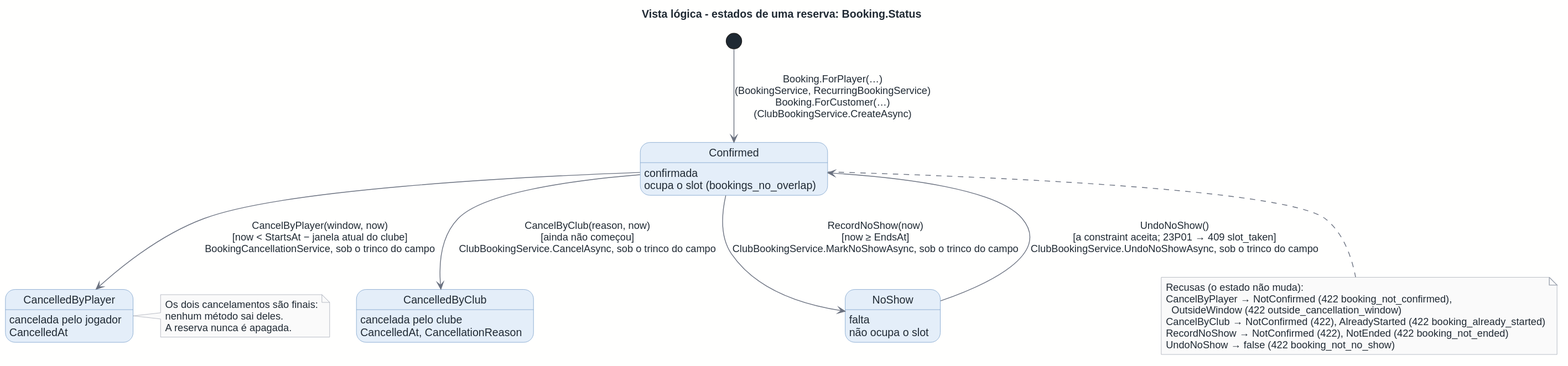
Earlier version of the PlantUML export docs/architecture/out/logical-state-booking.svg (rodrigo4sousa/SportsEstablishments).
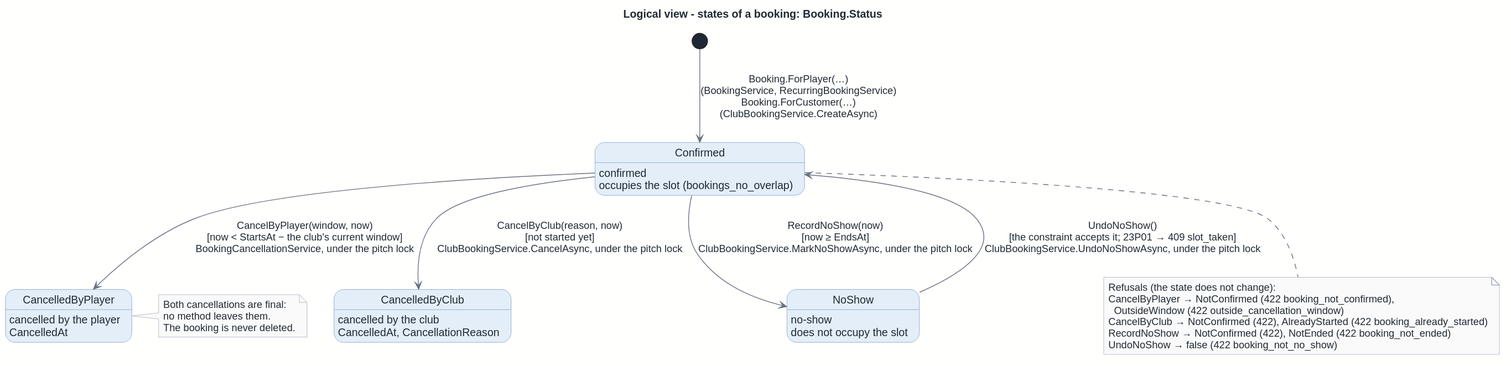
The same diagram one commit later.

What changed in the source:
```diff
@@ -1,27 +1,27 @@
 @startuml
 !include ../style.puml
-title Vista lógica - estados de uma reserva: Booking.Status
+title Logical view - states of a booking: Booking.Status
 
 hide empty description
-state Confirmed : confirmada\nocupa o slot (bookings_no_overlap)
-state CancelledByPlayer : cancelada pelo jogador\nCancelledAt
-state CancelledByClub : cancelada pelo clube\nCancelledAt, CancellationReason
-state NoShow : falta\nnão ocupa o slot
+state Confirmed : confirmed\noccupies the slot (bookings_no_overlap)
+state CancelledByPlayer : cancelled by the player\nCancelledAt
+state CancelledByClub : cancelled by the club\nCancelledAt, CancellationReason
+state NoShow : no-show\ndoes not occupy the slot
 
 [*] --> Confirmed : Booking.ForPlayer(…)\n(BookingService, RecurringBookingService)\nBooking.ForCustomer(…)\n(ClubBookingService.CreateAsync)
-Confirmed --> CancelledByPlayer : CancelByPlayer(window, now)\n[now < StartsAt − janela atual do clube]\nBookingCancellationService, sob o trinco do campo
-Confirmed --> CancelledByClub : CancelByClub(reason, now)\n[ainda não começou]\nClubBookingService.CancelAsync, sob o trinco do campo
-Confirmed --> NoShow : RecordNoShow(now)\n[now ≥ EndsAt]\nClubBookingService.MarkNoShowAsync, sob o trinco do campo
-NoShow --> Confirmed : UndoNoShow()\n[a constraint aceita; 23P01 → 409 slot_taken]\nClubBookingService.UndoNoShowAsync, sob o trinco do campo
+Confirmed --> CancelledByPlayer : CancelByPlayer(window, now)\n[now < StartsAt − the club's current window]\nBookingCancellationService, under the pitch lock
+Confirmed --> CancelledByClub : CancelByClub(reason, now)\n[not started yet]\nClubBookingService.CancelAsync, under the pitch lock
+Confirmed --> NoShow : RecordNoShow(now)\n[now ≥ EndsAt]\nClubBookingService.MarkNoShowAsync, under the pitch lock
+NoShow --> Confirmed : UndoNoShow()\n[the constraint accepts it; 23P01 → 409 slot_taken]\nClubBookingService.UndoNoShowAsync, under the pitch lock
 
 note right of CancelledByPlayer
-  Os dois cancelamentos são finais:
-  nenhum método sai deles.
-  A reserva nunca é apagada.
+  Both cancellations are final:
+  no method leaves them.
+  The booking is never deleted.
 end note
 
 note bottom of Confirmed
-  Recusas (o estado não muda):
+  Refusals (the state does not change):
   CancelByPlayer → NotConfirmed (422 booking_not_confirmed),
     OutsideWindow (422 outside_cancellation_window)
   CancelByClub → NotConfirmed (422), AlreadyStarted (422 booking_already_started)
```
